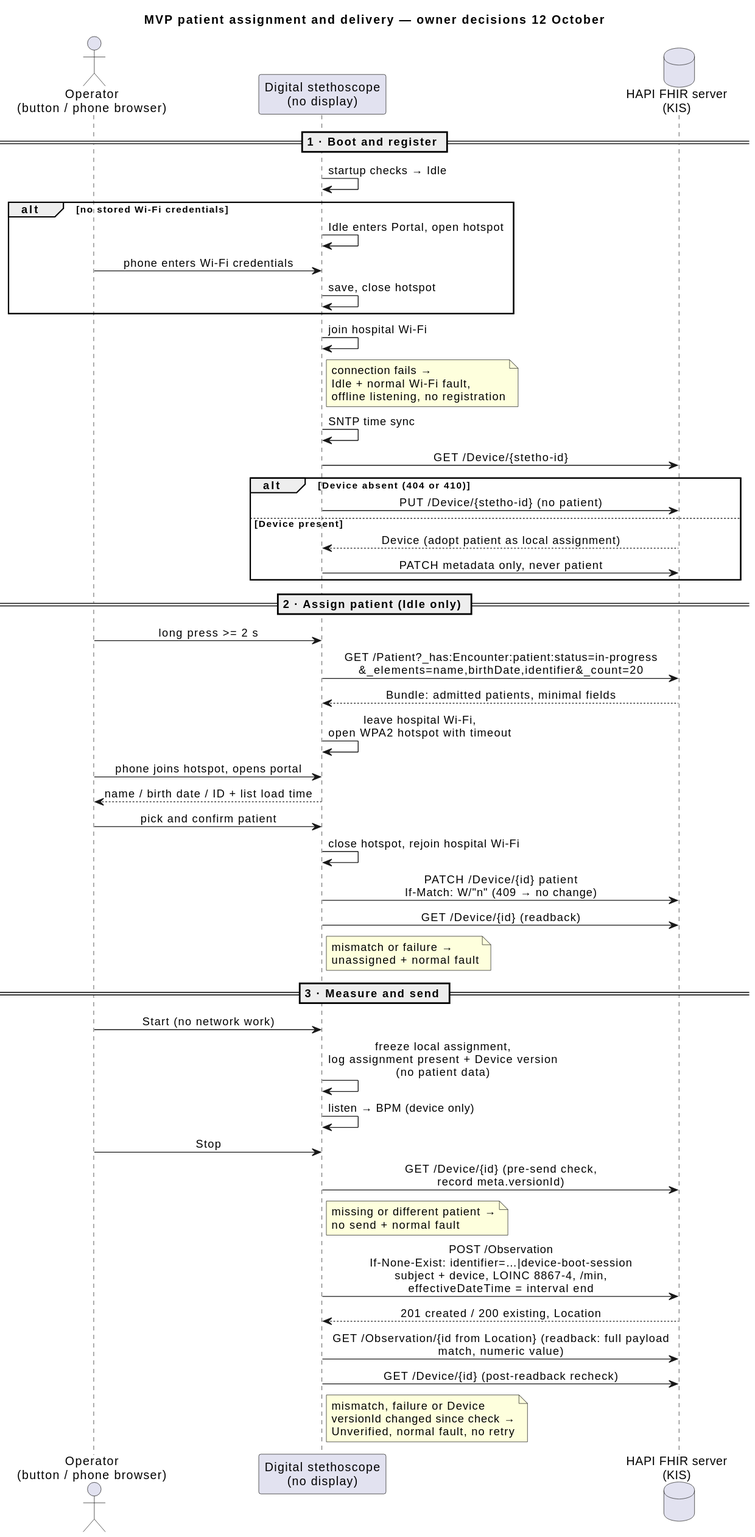
Earlier version of the PlantUML export Development/system/architecture/rendered/patient_assignment_workflow.svg (DemonicPsychoII/DigitalStethoscope). Source of this version:
```plantuml
@startuml
skinparam shadowing false
skinparam defaultFontName SansSerif
skinparam sequenceMessageAlign center
title MVP patient assignment and delivery — owner decisions 12 October
actor "Operator\n(button / phone browser)" as op
participant "Digital stethoscope\n(no display)" as dev
database "HAPI FHIR server\n(KIS)" as fhir

== 1 · Boot and register ==
dev -> dev : startup checks → Idle
alt no stored Wi-Fi credentials
  dev -> dev : Idle enters Portal, open hotspot
  op -> dev : phone enters Wi-Fi credentials
  dev -> dev : save, close hotspot
end
dev -> dev : join hospital Wi-Fi
note right of dev : connection fails →\nIdle + normal Wi-Fi fault,\noffline listening, no registration
dev -> dev : SNTP time sync
dev -> fhir : GET /Device/{stetho-id}
alt Device absent (404 or 410)
  dev -> fhir : PUT /Device/{stetho-id} (no patient)
else Device present
  fhir --> dev : Device (adopt patient as local assignment)
  dev -> fhir : PATCH metadata only, never patient
end

== 2 · Assign patient (Idle only) ==
op -> dev : long press >= 2 s
dev -> fhir : GET /Patient?_has:Encounter:patient:status=in-progress\n&_elements=name,birthDate,identifier&_count=20
fhir --> dev : Bundle: admitted patients, minimal fields
dev -> dev : leave hospital Wi-Fi,\nopen WPA2 hotspot with timeout
op -> dev : phone joins hotspot, opens portal
dev --> op : name / birth date / ID + list load time
op -> dev : pick and confirm patient
dev -> dev : close hotspot, rejoin hospital Wi-Fi
dev -> fhir : PATCH /Device/{id} patient\nIf-Match: W/"n" (409 → no change)
dev -> fhir : GET /Device/{id} (readback)
note right of dev : mismatch or failure →\nunassigned + normal fault

== 3 · Measure and send ==
op -> dev : Start (no network work)
dev -> dev : freeze local assignment,\nlog assignment present + Device version\n(no patient data)
dev -> dev : listen → BPM (device only)
op -> dev : Stop
dev -> fhir : GET /Device/{id} (pre-send check,\nrecord meta.versionId)
note right of dev : missing or different patient →\nno send + normal fault
dev -> fhir : POST /Observation\nIf-None-Exist: identifier=…|device-boot-session\nsubject + device, LOINC 8867-4, /min,\neffectiveDateTime = interval end
fhir --> dev : 201 created / 200 existing, Location
dev -> fhir : GET /Observation/{id from Location} (readback: full payload\nmatch, numeric value)
dev -> fhir : GET /Device/{id} (post-readback recheck)
note right of dev : mismatch, failure or Device\nversionId changed since check →\nUnverified, normal fault, no retry
@enduml
```
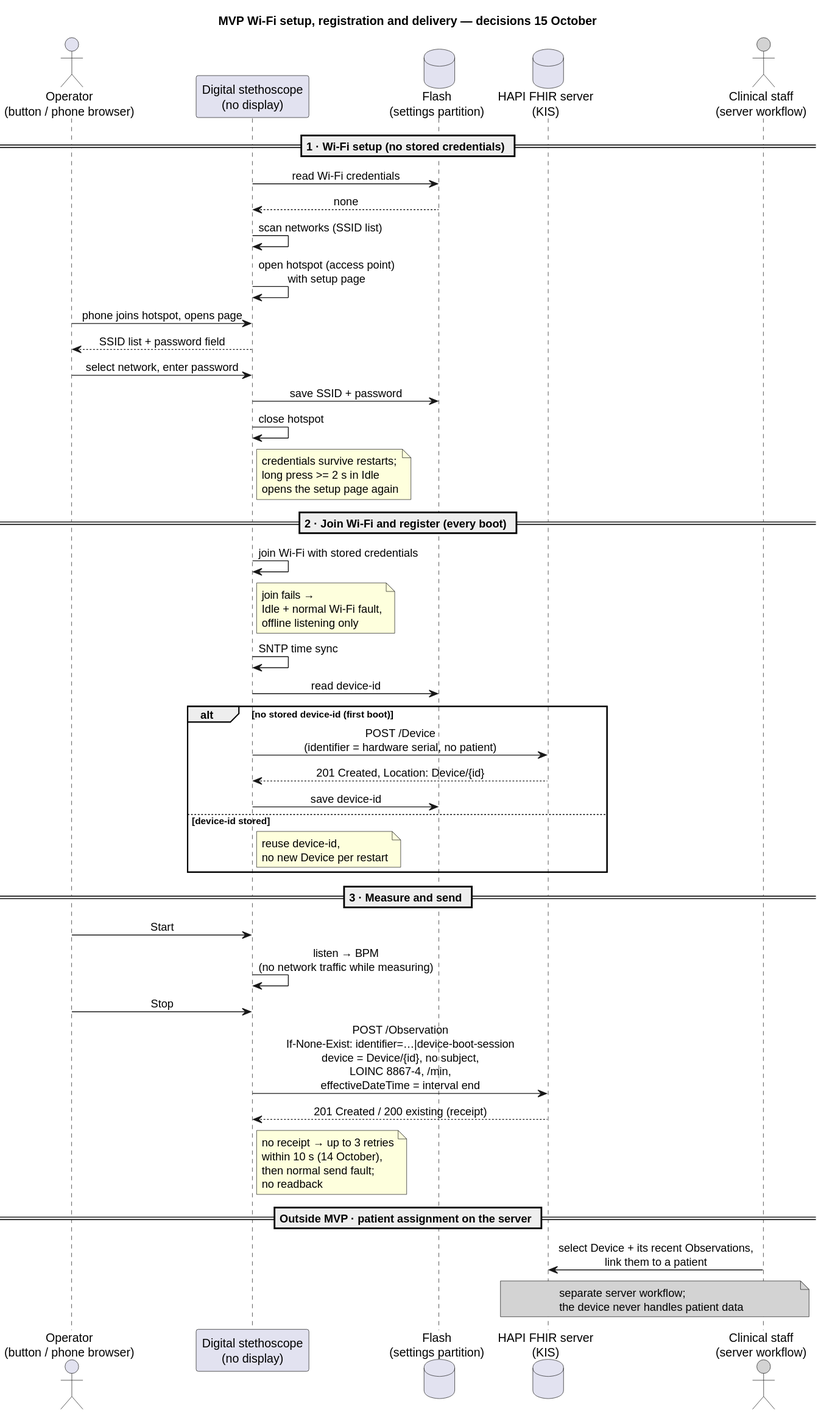
The same file after the commit.

The edit, as a diff of the source:
```diff
@@ -2,52 +2,47 @@
 skinparam shadowing false
 skinparam defaultFontName SansSerif
 skinparam sequenceMessageAlign center
-title MVP patient assignment and delivery — owner decisions 12 October
+title MVP Wi-Fi setup, registration and delivery — decisions 15 October
 actor "Operator\n(button / phone browser)" as op
 participant "Digital stethoscope\n(no display)" as dev
+database "Flash\n(settings partition)" as flash
 database "HAPI FHIR server\n(KIS)" as fhir
+actor "Clinical staff\n(server workflow)" as staff #lightgrey
 
-== 1 · Boot and register ==
-dev -> dev : startup checks → Idle
-alt no stored Wi-Fi credentials
-  dev -> dev : Idle enters Portal, open hotspot
-  op -> dev : phone enters Wi-Fi credentials
-  dev -> dev : save, close hotspot
-end
-dev -> dev : join hospital Wi-Fi
-note right of dev : connection fails →\nIdle + normal Wi-Fi fault,\noffline listening, no registration
+== 1 · Wi-Fi setup (no stored credentials) ==
+dev -> flash : read Wi-Fi credentials
+flash --> dev : none
+dev -> dev : scan networks (SSID list)
+dev -> dev : open hotspot (access point)\nwith setup page
+op -> dev : phone joins hotspot, opens page
+dev --> op : SSID list + password field
+op -> dev : select network, enter password
+dev -> flash : save SSID + password
+dev -> dev : close hotspot
+note right of dev : credentials survive restarts;\nlong press >= 2 s in Idle\nopens the setup page again
+
+== 2 · Join Wi-Fi and register (every boot) ==
+dev -> dev : join Wi-Fi with stored credentials
+note right of dev : join fails →\nIdle + normal Wi-Fi fault,\noffline listening only
 dev -> dev : SNTP time sync
-dev -> fhir : GET /Device/{stetho-id}
-alt Device absent (404 or 410)
-  dev -> fhir : PUT /Device/{stetho-id} (no patient)
-else Device present
-  fhir --> dev : Device (adopt patient as local assignment)
-  dev -> fhir : PATCH metadata only, never patient
+dev -> flash : read device-id
+alt no stored device-id (first boot)
+  dev -> fhir : POST /Device\n(identifier = hardware serial, no patient)
+  fhir --> dev : 201 Created, Location: Device/{id}
+  dev -> flash : save device-id
+else device-id stored
+  note right of dev : reuse device-id,\nno new Device per restart
 end
 
-== 2 · Assign patient (Idle only) ==
-op -> dev : long press >= 2 s
-dev -> fhir : GET /Patient?_has:Encounter:patient:status=in-progress\n&_elements=name,birthDate,identifier&_count=20
-fhir --> dev : Bundle: admitted patients, minimal fields
-dev -> dev : leave hospital Wi-Fi,\nopen WPA2 hotspot with timeout
-op -> dev : phone joins hotspot, opens portal
-dev --> op : name / birth date / ID + list load time
-op -> dev : pick and confirm patient
-dev -> dev : close hotspot, rejoin hospital Wi-Fi
-dev -> fhir : PATCH /Device/{id} patient\nIf-Match: W/"n" (409 → no change)
-dev -> fhir : GET /Device/{id} (readback)
-note right of dev : mismatch or failure →\nunassigned + normal fault
+== 3 · Measure and send ==
+op -> dev : Start
+dev -> dev : listen → BPM\n(no network traffic while measuring)
+op -> dev : Stop
+dev -> fhir : POST /Observation\nIf-None-Exist: identifier=…|device-boot-session\ndevice = Device/{id}, no subject,\nLOINC 8867-4, /min,\neffectiveDateTime = interval end
+fhir --> dev : 201 Created / 200 existing (receipt)
+note right of dev : no receipt → up to 3 retries\nwithin 10 s (14 October),\nthen normal send fault;\nno readback
 
-== 3 · Measure and send ==
-op -> dev : Start (no network work)
-dev -> dev : freeze local assignment,\nlog assignment present + Device version\n(no patient data)
-dev -> dev : listen → BPM (device only)
-op -> dev : Stop
-dev -> fhir : GET /Device/{id} (pre-send check,\nrecord meta.versionId)
-note right of dev : missing or different patient →\nno send + normal fault
-dev -> fhir : POST /Observation\nIf-None-Exist: identifier=…|device-boot-session\nsubject + device, LOINC 8867-4, /min,\neffectiveDateTime = interval end
-fhir --> dev : 201 created / 200 existing, Location
-dev -> fhir : GET /Observation/{id from Location} (readback: full payload\nmatch, numeric value)
-dev -> fhir : GET /Device/{id} (post-readback recheck)
-note right of dev : mismatch, failure or Device\nversionId changed since check →\nUnverified, normal fault, no retry
+== Outside MVP · patient assignment on the server ==
+staff -> fhir : select Device + its recent Observations,\nlink them to a patient
+note over fhir, staff #lightgrey : separate server workflow;\nthe device never handles patient data
 @enduml
```
